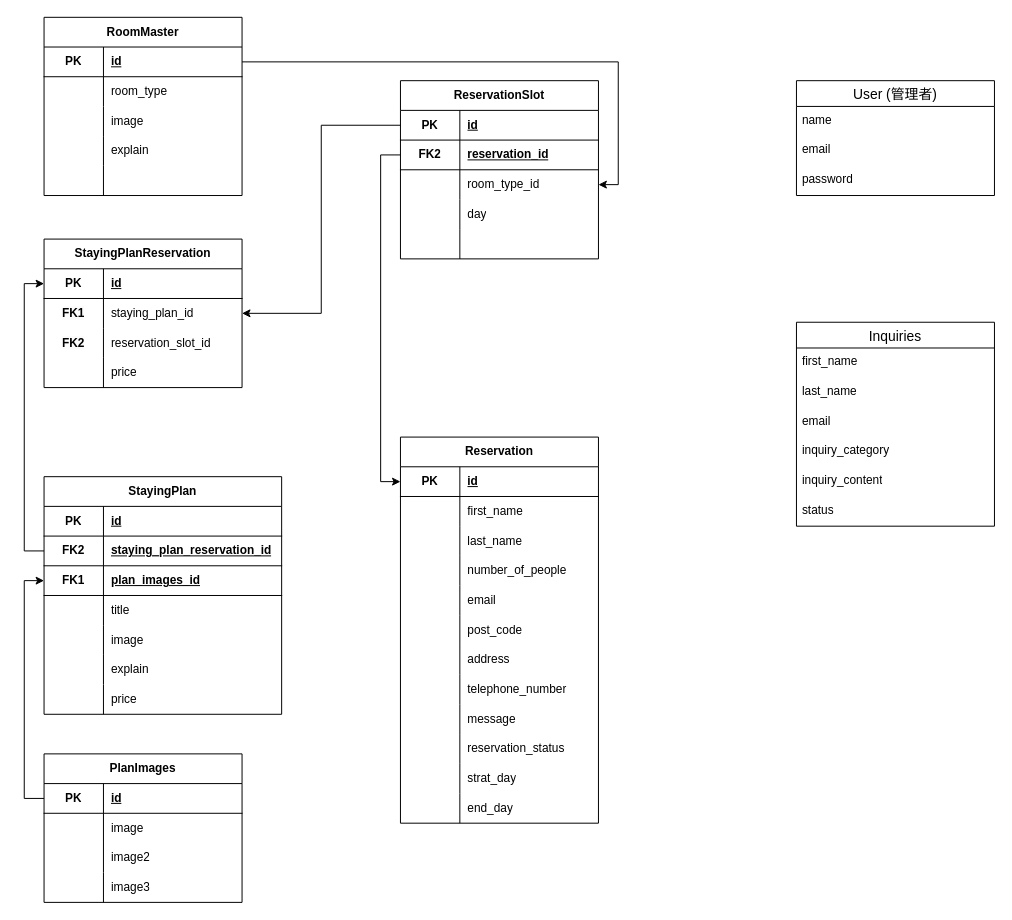
your-school/reserve keeps this draw.io diagram as ER図.drawio. Above is the earlier version. Source tidied: cells renumbered, new cells numbered last; positions are measured from the earlier drawing's top-left corner, leaving out a move shared by most shapes. Both pictures are drawn from the tidied source at 99%, with x=0, y=0 at pixel (44, 17).
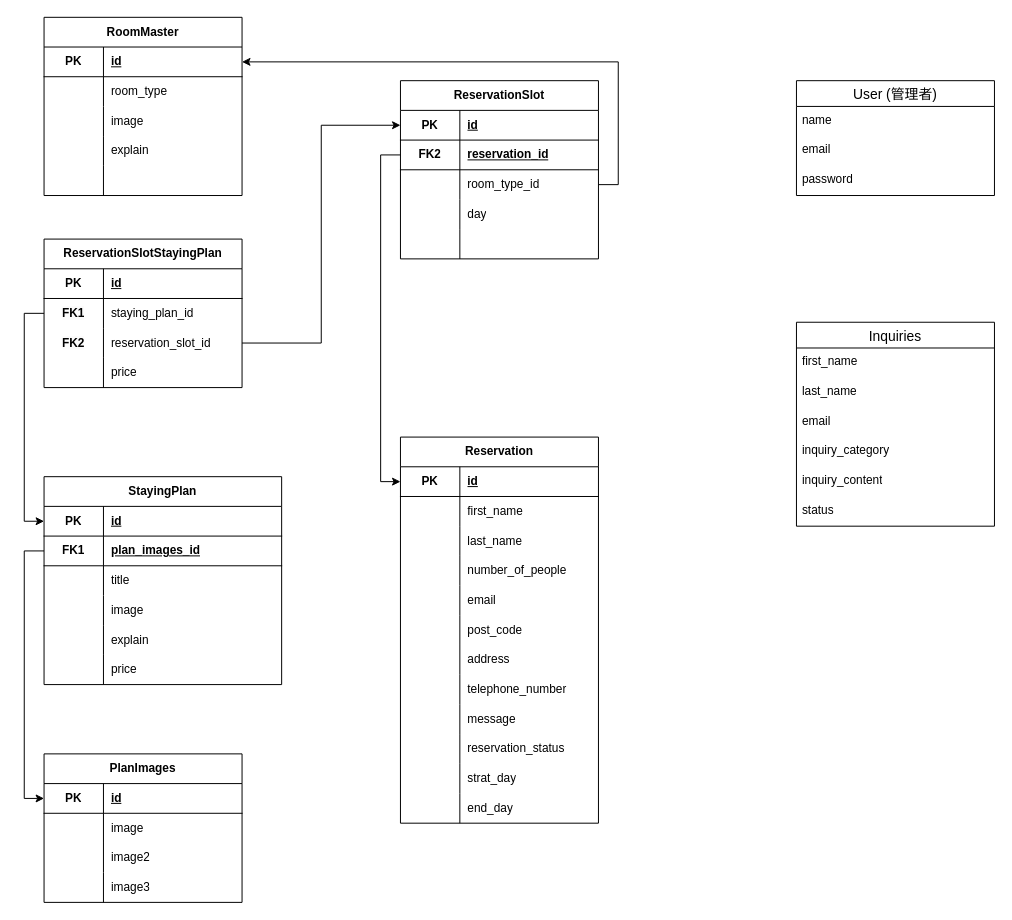
The same diagram, later.

Commit message:
ER図.drawio を更新します

Unchanged cells that the change refers to:
```xml
<mxCell id="40" style="shape=tableRow;horizontal=0;startSize=0;swimlaneHead=0;swimlaneBody=0;fillColor=none;points=[[0,0.5],[1,0.5]];portConstraint=eastwest;top=0;left=0;right=0;bottom=1;html=1;" parent="39" vertex="1">
  <mxGeometry y="30" width="240" height="30" as="geometry" />
</mxCell>
<mxCell id="62" style="shape=tableRow;horizontal=0;startSize=0;swimlaneHead=0;swimlaneBody=0;fillColor=none;points=[[0,0.5],[1,0.5]];portConstraint=eastwest;top=0;left=0;right=0;bottom=1;html=1;" parent="61" vertex="1">
  <mxGeometry y="30" width="200" height="30" as="geometry" />
</mxCell>
<mxCell id="68" style="shape=tableRow;horizontal=0;startSize=0;swimlaneHead=0;swimlaneBody=0;fillColor=none;points=[[0,0.5],[1,0.5]];portConstraint=eastwest;top=0;left=0;right=0;bottom=0;html=1;" parent="61" vertex="1">
  <mxGeometry y="90" width="200" height="30" as="geometry" />
</mxCell>
<mxCell id="90" style="shape=tableRow;horizontal=0;startSize=0;swimlaneHead=0;swimlaneBody=0;fillColor=none;points=[[0,0.5],[1,0.5]];portConstraint=eastwest;top=0;left=0;right=0;bottom=1;html=1;" parent="89" vertex="1">
  <mxGeometry y="30" width="200" height="30" as="geometry" />
</mxCell>
<mxCell id="93" style="shape=tableRow;horizontal=0;startSize=0;swimlaneHead=0;swimlaneBody=0;fillColor=none;points=[[0,0.5],[1,0.5]];portConstraint=eastwest;top=0;left=0;right=0;bottom=0;html=1;" parent="89" vertex="1">
  <mxGeometry y="60" width="200" height="30" as="geometry" />
</mxCell>
<mxCell id="96" style="shape=tableRow;horizontal=0;startSize=0;swimlaneHead=0;swimlaneBody=0;fillColor=none;points=[[0,0.5],[1,0.5]];portConstraint=eastwest;top=0;left=0;right=0;bottom=0;html=1;" parent="89" vertex="1">
  <mxGeometry y="90" width="200" height="30" as="geometry" />
</mxCell>
<mxCell id="104" style="shape=tableRow;horizontal=0;startSize=0;swimlaneHead=0;swimlaneBody=0;fillColor=none;points=[[0,0.5],[1,0.5]];portConstraint=eastwest;top=0;left=0;right=0;bottom=1;html=1;" parent="103" vertex="1">
  <mxGeometry y="30" width="200" height="30" as="geometry" />
</mxCell>
<mxCell id="121" style="shape=tableRow;horizontal=0;startSize=0;swimlaneHead=0;swimlaneBody=0;fillColor=none;points=[[0,0.5],[1,0.5]];portConstraint=eastwest;top=0;left=0;right=0;bottom=1;html=1;" parent="120" vertex="1">
  <mxGeometry y="30" width="200" height="30" as="geometry" />
</mxCell>
```

Diff of the diagram source:
```diff
@@
     <mxCell id="39" value="StayingPlan" style="shape=table;startSize=30;childLayout=tableLayout;rowLines=0;fontStyle=1;align=center;html=1;whiteSpace=wrap;" parent="1" vertex="1">
-      <mxGeometry y="464" width="240" height="240" as="geometry" />
+      <mxGeometry y="464" width="240" height="210" as="geometry" />
     </mxCell>
@@
-    <mxCell id="43" style="shape=tableRow;horizontal=0;startSize=0;swimlaneHead=0;swimlaneBody=0;fillColor=none;points=[[0,0.5],[1,0.5]];portConstraint=eastwest;top=0;left=0;right=0;bottom=1;html=1;" parent="39" vertex="1">
-      <mxGeometry y="60" width="240" height="30" as="geometry" />
-    </mxCell>
-    <mxCell id="44" value="FK2" style="shape=partialRectangle;fillColor=none;top=0;left=0;bottom=0;right=0;fontStyle=1;overflow=hidden;html=1;whiteSpace=wrap;" parent="43" vertex="1">
-      <mxGeometry width="60" height="30" as="geometry" />
-    </mxCell>
-    <mxCell id="45" value="staying_plan_reservation_id" style="shape=partialRectangle;fillColor=none;top=0;left=0;bottom=0;right=0;align=left;spacingLeft=6;fontStyle=5;overflow=hidden;html=1;whiteSpace=wrap;" parent="43" vertex="1">
-      <mxGeometry x="60" width="180" height="30" as="geometry" />
-    </mxCell>
     <mxCell id="46" style="shape=tableRow;horizontal=0;startSize=0;swimlaneHead=0;swimlaneBody=0;fillColor=none;points=[[0,0.5],[1,0.5]];portConstraint=eastwest;top=0;left=0;right=0;bottom=1;html=1;" parent="39" vertex="1">
-      <mxGeometry y="90" width="240" height="30" as="geometry" />
+      <mxGeometry y="60" width="240" height="30" as="geometry" />
     </mxCell>
@@
     <mxCell id="49" style="shape=tableRow;horizontal=0;startSize=0;swimlaneHead=0;swimlaneBody=0;fillColor=none;top=0;left=0;right=0;bottom=0;html=1;" parent="39" vertex="1">
-      <mxGeometry y="120" width="240" height="30" as="geometry" />
+      <mxGeometry y="90" width="240" height="30" as="geometry" />
     </mxCell>
@@
     <mxCell id="52" style="shape=tableRow;horizontal=0;startSize=0;swimlaneHead=0;swimlaneBody=0;fillColor=none;top=0;left=0;right=0;bottom=0;html=1;" parent="39" vertex="1">
-      <mxGeometry y="150" width="240" height="30" as="geometry" />
+      <mxGeometry y="120" width="240" height="30" as="geometry" />
     </mxCell>
@@
     <mxCell id="55" style="shape=tableRow;horizontal=0;startSize=0;swimlaneHead=0;swimlaneBody=0;fillColor=none;top=0;left=0;right=0;bottom=0;html=1;" parent="39" vertex="1">
-      <mxGeometry y="180" width="240" height="30" as="geometry" />
+      <mxGeometry y="150" width="240" height="30" as="geometry" />
     </mxCell>
@@
     <mxCell id="58" style="shape=tableRow;horizontal=0;startSize=0;swimlaneHead=0;swimlaneBody=0;fillColor=none;top=0;left=0;right=0;bottom=0;html=1;" parent="39" vertex="1">
-      <mxGeometry y="210" width="240" height="30" as="geometry" />
+      <mxGeometry y="180" width="240" height="30" as="geometry" />
     </mxCell>
@@
-    <mxCell id="89" value="StayingPlanReservation" style="shape=table;startSize=30;childLayout=tableLayout;rowLines=0;fontStyle=1;align=center;html=1;whiteSpace=wrap;" parent="1" vertex="1">
+    <mxCell id="89" value="ReservationSlotStayingPlan" style="shape=table;startSize=30;childLayout=tableLayout;rowLines=0;fontStyle=1;align=center;html=1;whiteSpace=wrap;" parent="1" vertex="1">
       <mxGeometry y="224" width="200" height="150" as="geometry" />
     </mxCell>
@@
-    <mxCell id="102" style="edgeStyle=orthogonalEdgeStyle;rounded=0;jettySize=auto;html=1;exitX=0;exitY=0.5;exitDx=0;exitDy=0;entryX=1;entryY=0.5;entryDx=0;entryDy=0;" parent="1" edge="1" source="62" target="93">
-      <mxGeometry relative="1" as="geometry" />
-    </mxCell>
@@
-    <mxCell id="119" style="edgeStyle=orthogonalEdgeStyle;rounded=0;jettySize=auto;html=1;entryX=1;entryY=0.5;entryDx=0;entryDy=0;" parent="1" edge="1" source="104" target="68">
-      <mxGeometry relative="1" as="geometry" />
-    </mxCell>
@@
-    <mxCell id="133" style="edgeStyle=orthogonalEdgeStyle;rounded=0;jettySize=auto;html=1;exitX=0;exitY=0.5;exitDx=0;exitDy=0;entryX=0;entryY=0.5;entryDx=0;entryDy=0;" parent="1" edge="1" source="121" target="46">
-      <mxGeometry relative="1" as="geometry" />
-    </mxCell>
-    <mxCell id="134" style="edgeStyle=orthogonalEdgeStyle;rounded=0;jettySize=auto;html=1;exitX=0;exitY=0.5;exitDx=0;exitDy=0;entryX=0;entryY=0.5;entryDx=0;entryDy=0;" parent="1" edge="1" source="43" target="90">
-      <mxGeometry relative="1" as="geometry" />
-    </mxCell>
+    <mxCell id="135" style="edgeStyle=orthogonalEdgeStyle;rounded=0;jettySize=auto;html=1;exitX=0;exitY=0.5;exitDx=0;exitDy=0;entryX=0;entryY=0.5;entryDx=0;entryDy=0;" parent="1" edge="1" source="93" target="40">
+      <mxGeometry relative="1" as="geometry" />
+    </mxCell>
+    <mxCell id="136" style="edgeStyle=orthogonalEdgeStyle;rounded=0;jettySize=auto;html=1;exitX=1;exitY=0.5;exitDx=0;exitDy=0;entryX=0;entryY=0.5;entryDx=0;entryDy=0;" parent="1" edge="1" source="96" target="62">
+      <mxGeometry relative="1" as="geometry" />
+    </mxCell>
+    <mxCell id="137" style="edgeStyle=orthogonalEdgeStyle;rounded=0;jettySize=auto;html=1;exitX=0;exitY=0.5;exitDx=0;exitDy=0;entryX=0;entryY=0.5;entryDx=0;entryDy=0;" parent="1" edge="1" source="46" target="121">
+      <mxGeometry relative="1" as="geometry" />
+    </mxCell>
+    <mxCell id="138" style="edgeStyle=orthogonalEdgeStyle;rounded=0;jettySize=auto;html=1;exitX=1;exitY=0.5;exitDx=0;exitDy=0;entryX=1;entryY=0.5;entryDx=0;entryDy=0;" parent="1" edge="1" source="68" target="104">
+      <mxGeometry relative="1" as="geometry" />
+    </mxCell>
```
